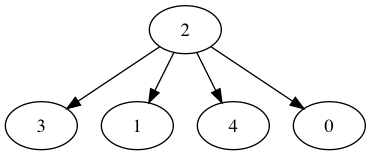
The Graphviz diagram graphs/graph_total.png in tarcisiocjr/byzcast, before a commit. Its source is kept beside it as graphs/graph_total.dot.
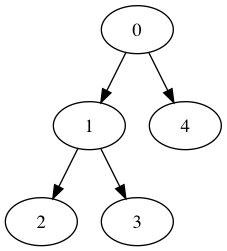
Above is the later version.

Diff of the diagram source:
```diff
@@ -1,5 +1,5 @@
-digraph G { 1->0
+digraph G { 0->1
+0->4
 1->2
 1->3
-1->4
 }
```
